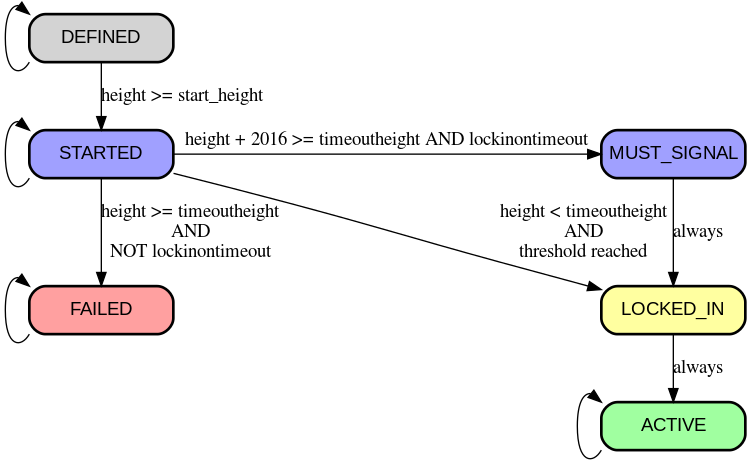
bitcoin/bips keeps this Graphviz diagram as bip-0008/states.png. Above is the earlier version. Its source is kept beside it as bip-0008/states.dot.
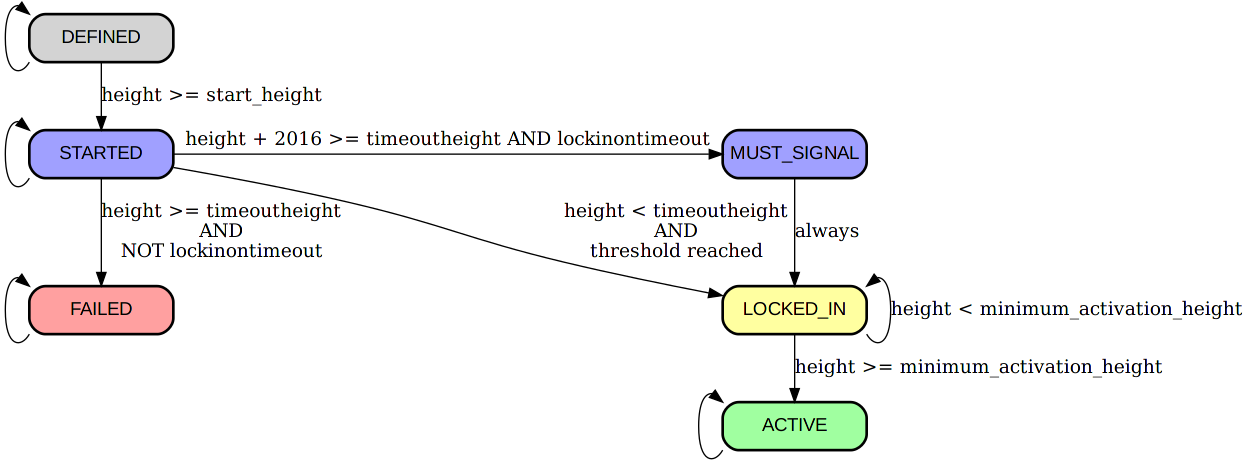
The same diagram one commit later.

Commit message:
Add minimum activation height to BIP 8

Diff of the diagram source:
```diff
@@ -7,7 +7,8 @@
   "DEFINED" -> "STARTED" [label="height >= start_height"];
   "STARTED" -> "MUST_SIGNAL" [label="height + 2016 >= timeoutheight AND lockinontimeout"];
   "STARTED" -> "FAILED" [label="height >= timeoutheight\nAND\nNOT lockinontimeout"];
-  "LOCKED_IN" -> "ACTIVE" [label="always"];
+  "LOCKED_IN" -> "ACTIVE" [label="height >= minimum_activation_height"];
+  "LOCKED_IN":se -> "LOCKED_IN":ne [label="height < minimum_activation_height"];
   "MUST_SIGNAL" -> "LOCKED_IN" [label="always"];
 
   edge [weight = 1];
```
